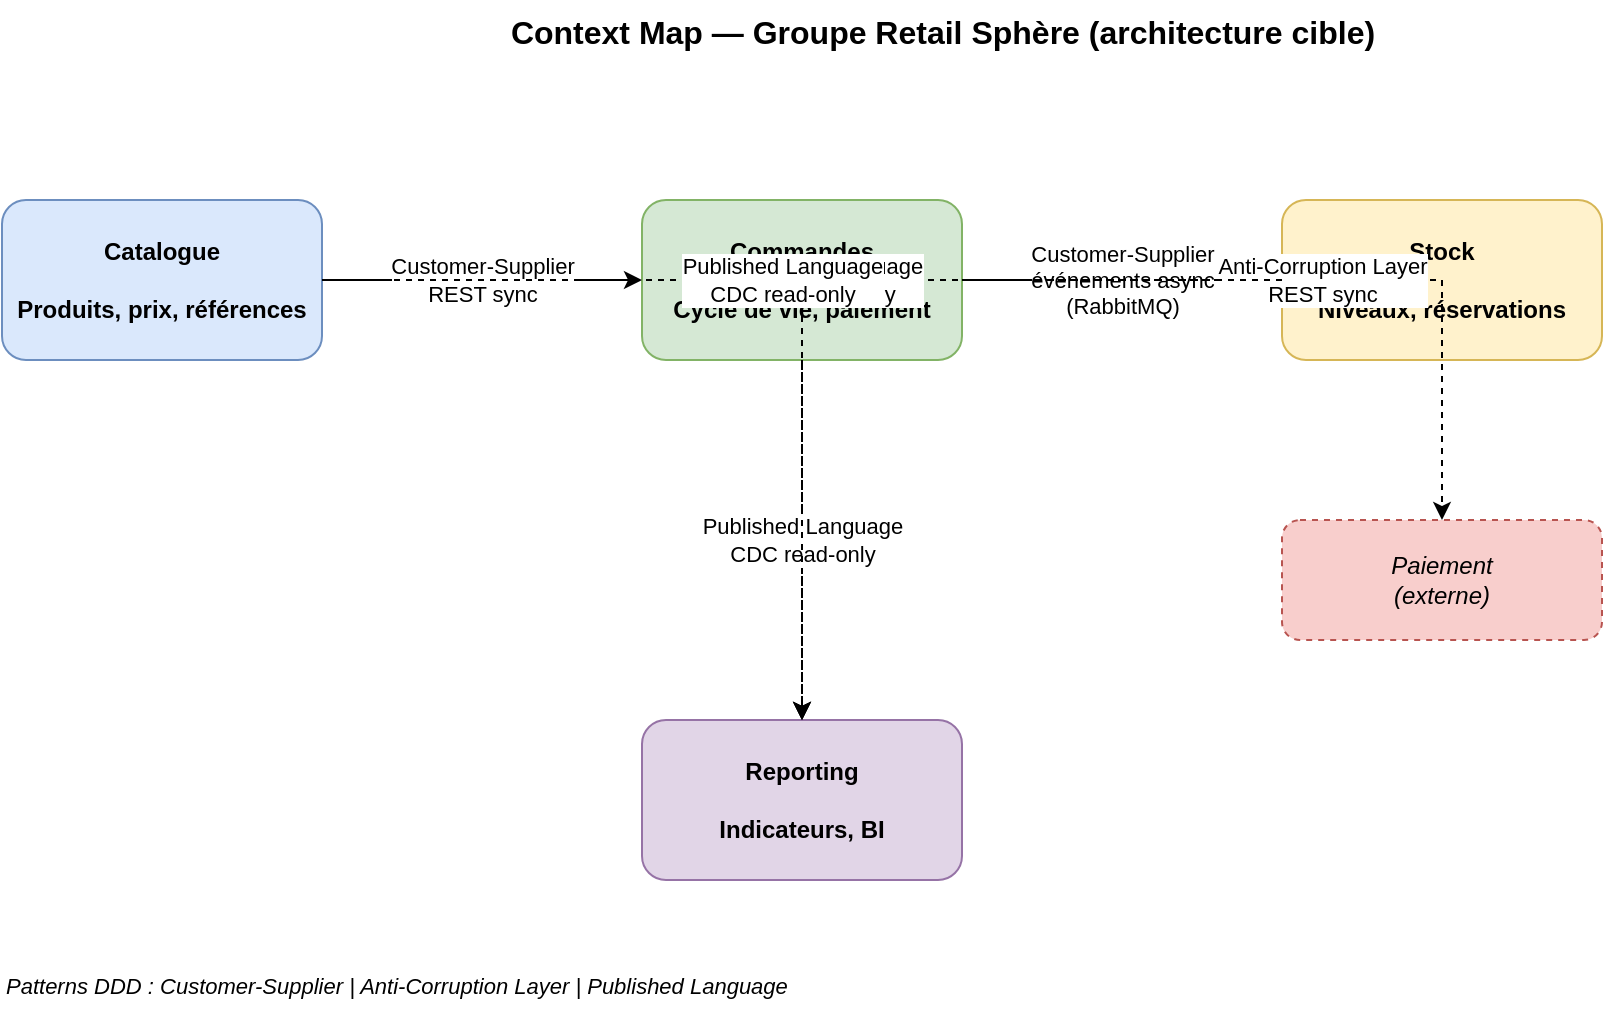
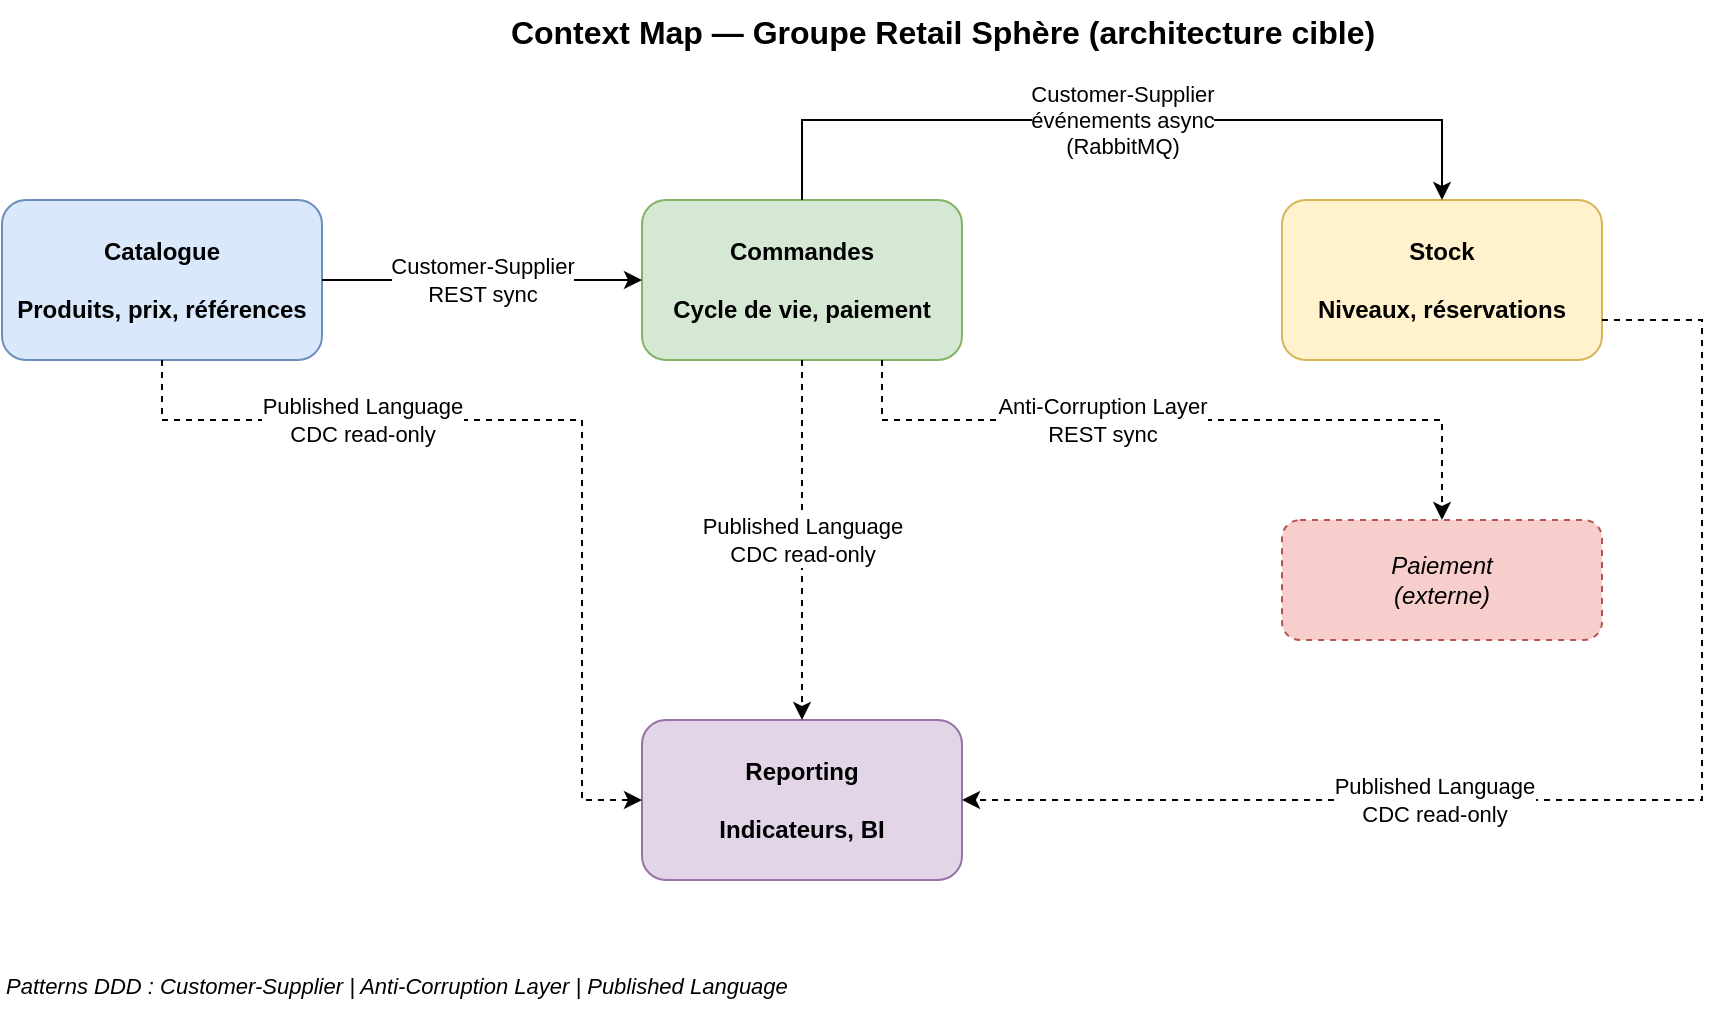
- <mxfile host="app.diagrams.net" agent="architecture-cible" version="22.1.0">
-   <diagram id="context-map" name="Context Map">
-     <mxGraphModel dx="1200" dy="800" grid="1" gridSize="10" guides="1" tooltips="1" connect="1" arrows="1" fold="1" page="1" pageScale="1" pageWidth="1169" pageHeight="827">
-       <root>
-         <mxCell id="0"/>
-         <mxCell id="1" parent="0"/>
- 
-         <mxCell id="title" value="Context Map — Groupe Retail Sphère (architecture cible)" style="text;html=1;strokeColor=none;fillColor=none;align=center;fontSize=16;fontStyle=1" vertex="1" parent="1">
-           <mxGeometry x="250" y="20" width="600" height="30" as="geometry"/>
-         </mxCell>
- 
-         <mxCell id="catalogue" value="Catalogue&#xa;&#xa;Produits, prix, références" style="rounded=1;whiteSpace=wrap;html=1;fillColor=#dae8fc;strokeColor=#6c8ebf;fontStyle=1" vertex="1" parent="1">
-           <mxGeometry x="80" y="120" width="160" height="80" as="geometry"/>
-         </mxCell>
-         <mxCell id="commandes" value="Commandes&#xa;&#xa;Cycle de vie, paiement" style="rounded=1;whiteSpace=wrap;html=1;fillColor=#d5e8d4;strokeColor=#82b366;fontStyle=1" vertex="1" parent="1">
-           <mxGeometry x="400" y="120" width="160" height="80" as="geometry"/>
-         </mxCell>
-         <mxCell id="stock" value="Stock&#xa;&#xa;Niveaux, réservations" style="rounded=1;whiteSpace=wrap;html=1;fillColor=#fff2cc;strokeColor=#d6b656;fontStyle=1" vertex="1" parent="1">
-           <mxGeometry x="720" y="120" width="160" height="80" as="geometry"/>
-         </mxCell>
-         <mxCell id="reporting" value="Reporting&#xa;&#xa;Indicateurs, BI" style="rounded=1;whiteSpace=wrap;html=1;fillColor=#e1d5e7;strokeColor=#9673a6;fontStyle=1" vertex="1" parent="1">
-           <mxGeometry x="400" y="380" width="160" height="80" as="geometry"/>
-         </mxCell>
-         <mxCell id="paiement" value="Paiement&#xa;(externe)" style="rounded=1;whiteSpace=wrap;html=1;fillColor=#f8cecc;strokeColor=#b85450;dashed=1;fontStyle=2" vertex="1" parent="1">
-           <mxGeometry x="720" y="280" width="160" height="60" as="geometry"/>
-         </mxCell>
- 
-         <mxCell id="e1" value="Customer-Supplier&#xa;REST sync" style="edgeStyle=orthogonalEdgeStyle;rounded=0;html=1;endArrow=classic;endFill=1;" edge="1" parent="1" source="catalogue" target="commandes">
-           <mxGeometry relative="1" as="geometry"/>
-         </mxCell>
-         <mxCell id="e2" value="Customer-Supplier&#xa;événements async&#xa;(RabbitMQ)" style="edgeStyle=orthogonalEdgeStyle;rounded=0;html=1;endArrow=classic;endFill=1;" edge="1" parent="1" source="commandes" target="stock">
-           <mxGeometry relative="1" as="geometry"/>
-         </mxCell>
-         <mxCell id="e3" value="Anti-Corruption Layer&#xa;REST sync" style="edgeStyle=orthogonalEdgeStyle;rounded=0;html=1;endArrow=classic;endFill=1;dashed=1;" edge="1" parent="1" source="commandes" target="paiement">
-           <mxGeometry relative="1" as="geometry"/>
-         </mxCell>
-         <mxCell id="e4" value="Published Language&#xa;CDC read-only" style="edgeStyle=orthogonalEdgeStyle;rounded=0;html=1;endArrow=classic;endFill=1;dashed=1;" edge="1" parent="1" source="commandes" target="reporting">
-           <mxGeometry relative="1" as="geometry"/>
-         </mxCell>
-         <mxCell id="e5" value="Published Language&#xa;CDC read-only" style="edgeStyle=orthogonalEdgeStyle;rounded=0;html=1;endArrow=classic;endFill=1;dashed=1;" edge="1" parent="1" source="stock" target="reporting">
-           <mxGeometry relative="1" as="geometry"/>
-         </mxCell>
-         <mxCell id="e6" value="Published Language&#xa;CDC read-only" style="edgeStyle=orthogonalEdgeStyle;rounded=0;html=1;endArrow=classic;endFill=1;dashed=1;" edge="1" parent="1" source="catalogue" target="reporting">
-           <mxGeometry relative="1" as="geometry"/>
-         </mxCell>
- 
-         <mxCell id="legend" value="Patterns DDD : Customer-Supplier | Anti-Corruption Layer | Published Language" style="text;html=1;strokeColor=none;fillColor=none;align=left;fontSize=11;fontStyle=2" vertex="1" parent="1">
-           <mxGeometry x="80" y="500" width="500" height="30" as="geometry"/>
-         </mxCell>
-       </root>
-     </mxGraphModel>
-   </diagram>
- </mxfile>
+ <mxfile host="65bd71144e">
+     <diagram id="context-map" name="Context Map">
+         <mxGraphModel dx="1406" dy="669" grid="1" gridSize="10" guides="1" tooltips="1" connect="1" arrows="1" fold="1" page="1" pageScale="1" pageWidth="1169" pageHeight="827" math="0" shadow="0">
+             <root>
+                 <mxCell id="0"/>
+                 <mxCell id="1" parent="0"/>
+                 <mxCell id="title" value="Context Map — Groupe Retail Sphère (architecture cible)" style="text;html=1;strokeColor=none;fillColor=none;align=center;fontSize=16;fontStyle=1" parent="1" vertex="1">
+                     <mxGeometry x="250" y="20" width="600" height="30" as="geometry"/>
+                 </mxCell>
+                 <mxCell id="catalogue" value="Catalogue&#10;&#10;Produits, prix, références" style="rounded=1;whiteSpace=wrap;html=1;fillColor=#dae8fc;strokeColor=#6c8ebf;fontStyle=1" parent="1" vertex="1">
+                     <mxGeometry x="80" y="120" width="160" height="80" as="geometry"/>
+                 </mxCell>
+                 <mxCell id="commandes" value="Commandes&#10;&#10;Cycle de vie, paiement" style="rounded=1;whiteSpace=wrap;html=1;fillColor=#d5e8d4;strokeColor=#82b366;fontStyle=1" parent="1" vertex="1">
+                     <mxGeometry x="400" y="120" width="160" height="80" as="geometry"/>
+                 </mxCell>
+                 <mxCell id="stock" value="Stock&#10;&#10;Niveaux, réservations" style="rounded=1;whiteSpace=wrap;html=1;fillColor=#fff2cc;strokeColor=#d6b656;fontStyle=1" parent="1" vertex="1">
+                     <mxGeometry x="720" y="120" width="160" height="80" as="geometry"/>
+                 </mxCell>
+                 <mxCell id="reporting" value="Reporting&#10;&#10;Indicateurs, BI" style="rounded=1;whiteSpace=wrap;html=1;fillColor=#e1d5e7;strokeColor=#9673a6;fontStyle=1" parent="1" vertex="1">
+                     <mxGeometry x="400" y="380" width="160" height="80" as="geometry"/>
+                 </mxCell>
+                 <mxCell id="paiement" value="Paiement&#10;(externe)" style="rounded=1;whiteSpace=wrap;html=1;fillColor=#f8cecc;strokeColor=#b85450;dashed=1;fontStyle=2" parent="1" vertex="1">
+                     <mxGeometry x="720" y="280" width="160" height="60" as="geometry"/>
+                 </mxCell>
+                 <mxCell id="e1" value="Customer-Supplier&#10;REST sync" style="edgeStyle=orthogonalEdgeStyle;rounded=0;html=1;endArrow=classic;endFill=1;" parent="1" source="catalogue" target="commandes" edge="1">
+                     <mxGeometry relative="1" as="geometry"/>
+                 </mxCell>
+                 <mxCell id="e2" value="Customer-Supplier&#10;événements async&#10;(RabbitMQ)" style="edgeStyle=orthogonalEdgeStyle;rounded=0;html=1;endArrow=classic;endFill=1;" parent="1" source="commandes" target="stock" edge="1">
+                     <mxGeometry relative="1" as="geometry">
+                         <Array as="points">
+                             <mxPoint x="480" y="80"/>
+                             <mxPoint x="800" y="80"/>
+                         </Array>
+                     </mxGeometry>
+                 </mxCell>
+                 <mxCell id="e3" value="Anti-Corruption Layer&#10;REST sync" style="edgeStyle=orthogonalEdgeStyle;rounded=0;html=1;endArrow=classic;endFill=1;dashed=1;" parent="1" source="commandes" target="paiement" edge="1">
+                     <mxGeometry x="-0.2222" relative="1" as="geometry">
+                         <Array as="points">
+                             <mxPoint x="520" y="230"/>
+                             <mxPoint x="800" y="230"/>
+                         </Array>
+                         <mxPoint as="offset"/>
+                     </mxGeometry>
+                 </mxCell>
+                 <mxCell id="e4" value="Published Language&#10;CDC read-only" style="edgeStyle=orthogonalEdgeStyle;rounded=0;html=1;endArrow=classic;endFill=1;dashed=1;" parent="1" source="commandes" target="reporting" edge="1">
+                     <mxGeometry relative="1" as="geometry"/>
+                 </mxCell>
+                 <mxCell id="e5" value="Published Language&#10;CDC read-only" style="edgeStyle=orthogonalEdgeStyle;rounded=0;html=1;endArrow=classic;endFill=1;dashed=1;" parent="1" source="stock" target="reporting" edge="1">
+                     <mxGeometry x="0.2857" relative="1" as="geometry">
+                         <Array as="points">
+                             <mxPoint x="930" y="180"/>
+                             <mxPoint x="930" y="420"/>
+                         </Array>
+                         <mxPoint as="offset"/>
+                     </mxGeometry>
+                 </mxCell>
+                 <mxCell id="e6" value="Published Language&#10;CDC read-only" style="edgeStyle=orthogonalEdgeStyle;rounded=0;html=1;endArrow=classic;endFill=1;dashed=1;" parent="1" source="catalogue" target="reporting" edge="1">
+                     <mxGeometry x="-0.4348" relative="1" as="geometry">
+                         <Array as="points">
+                             <mxPoint x="160" y="230"/>
+                             <mxPoint x="370" y="230"/>
+                             <mxPoint x="370" y="420"/>
+                         </Array>
+                         <mxPoint as="offset"/>
+                     </mxGeometry>
+                 </mxCell>
+                 <mxCell id="legend" value="Patterns DDD : Customer-Supplier | Anti-Corruption Layer | Published Language" style="text;html=1;strokeColor=none;fillColor=none;align=left;fontSize=11;fontStyle=2" parent="1" vertex="1">
+                     <mxGeometry x="80" y="500" width="500" height="30" as="geometry"/>
+                 </mxCell>
+             </root>
+         </mxGraphModel>
+     </diagram>
+ </mxfile>